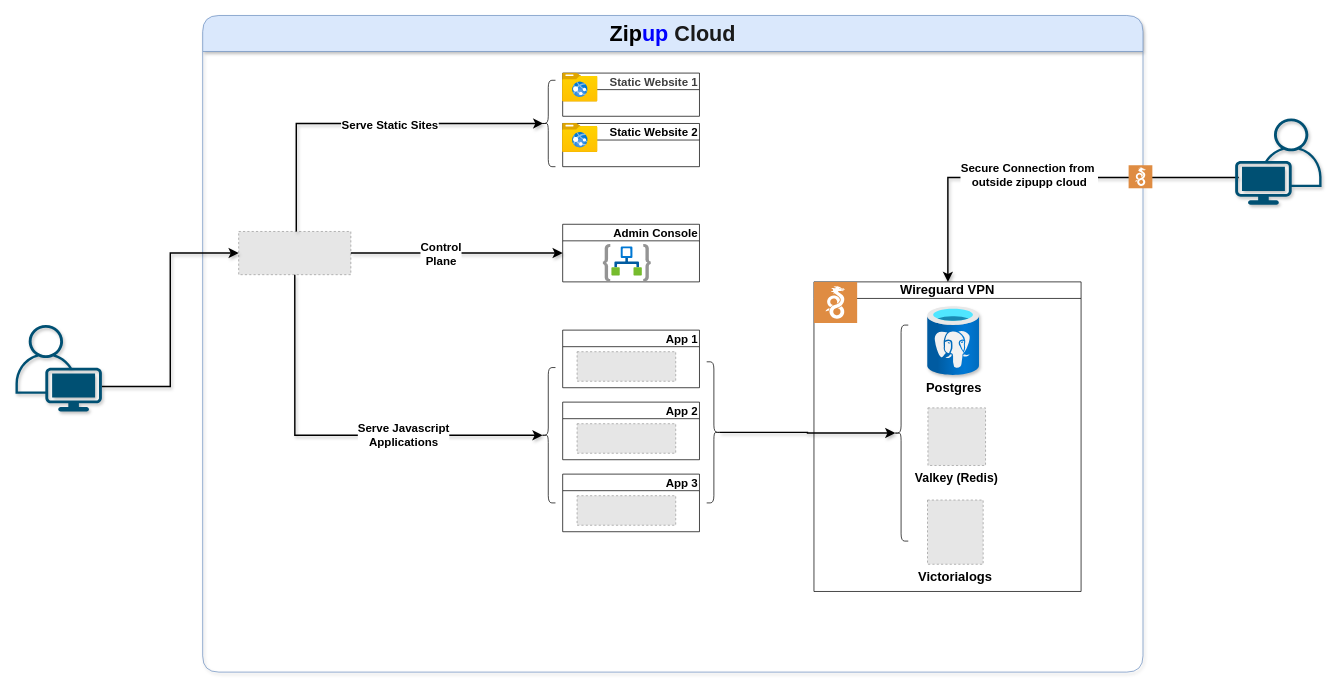
Earlier version of the draw.io diagram docs/zipup.dio (ankitaabad/zipup). Source tidied: cells renumbered, new cells numbered last; positions are measured from the earlier drawing's top-left corner, leaving out a move shared by most shapes. Both pictures are drawn from the tidied source at 72%, with x=0, y=0 at pixel (15, 15). Pictures stored in the file or linked from it are replaced by grey dashed boxes.
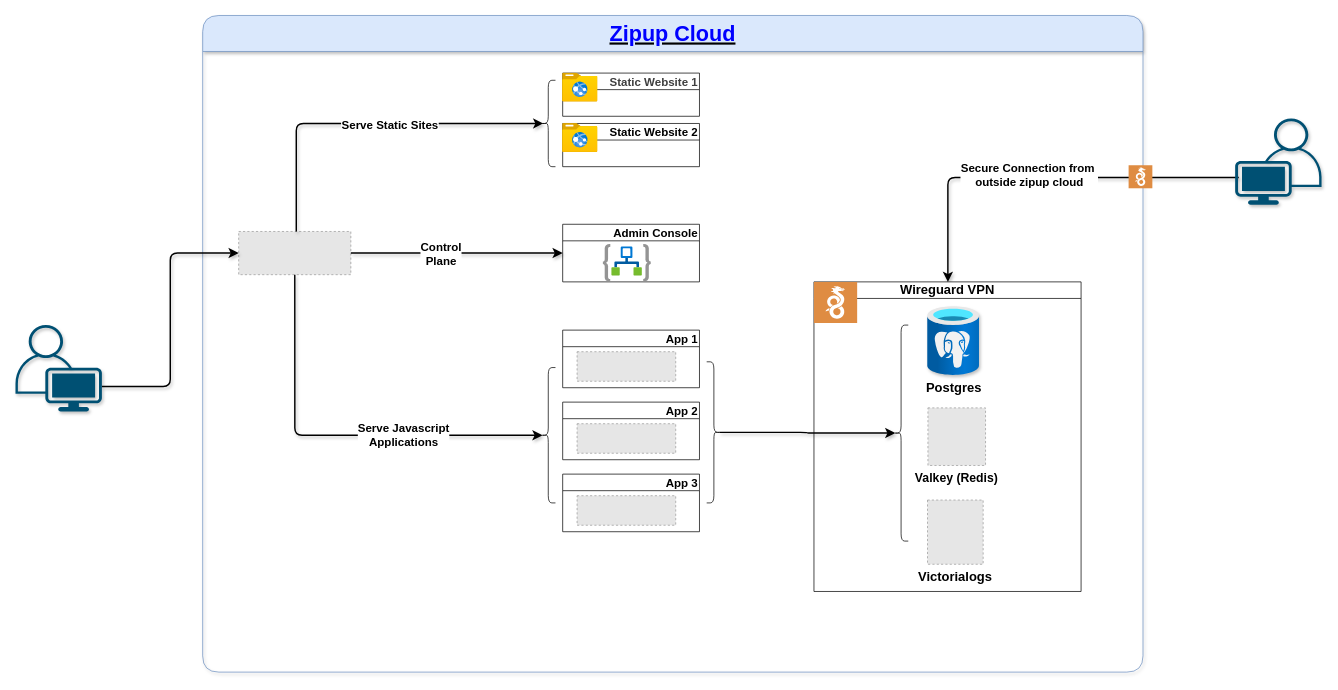
The same diagram, later.

The change refers to these unchanged cells:
```xml
<mxCell id="5" value="&lt;font&gt;Wireguard VPN&lt;/font&gt;" style="swimlane;whiteSpace=wrap;html=1;fontSize=18;" parent="4" vertex="1">
  <mxGeometry x="849" y="370" width="371" height="430" as="geometry" />
</mxCell>
<mxCell id="8" style="shape=curlyBracket;whiteSpace=wrap;html=1;rounded=1;labelPosition=left;verticalLabelPosition=middle;align=right;verticalAlign=middle;" parent="5" vertex="1">
  <mxGeometry x="111" y="60" width="20" height="300" as="geometry" />
</mxCell>
<mxCell id="12" value="&lt;font style=&quot;font-size: 16px;&quot;&gt;Admin Console&lt;/font&gt;" style="swimlane;whiteSpace=wrap;html=1;align=right;" parent="4" vertex="1">
  <mxGeometry x="500" y="290" width="190" height="80" as="geometry" />
</mxCell>
<mxCell id="14" style="fillColor=#E6E6E6;strokeColor=#999999;dashed=1;verticalLabelPosition=bottom;labelBackgroundColor=default;verticalAlign=top;" parent="4" vertex="1">
  <mxGeometry x="50" y="300" width="155.8" height="60" as="geometry" />
</mxCell>
<mxCell id="22" style="shape=curlyBracket;whiteSpace=wrap;html=1;rounded=1;flipH=1;labelPosition=right;verticalLabelPosition=middle;align=left;verticalAlign=middle;" parent="15" vertex="1">
  <mxGeometry x="230" y="44" width="20" height="196" as="geometry" />
</mxCell>
<mxCell id="23" style="shape=curlyBracket;whiteSpace=wrap;html=1;rounded=1;labelPosition=left;verticalLabelPosition=middle;align=right;verticalAlign=middle;" parent="15" vertex="1">
  <mxGeometry y="52" width="20" height="188" as="geometry" />
</mxCell>
<mxCell id="40" style="points=[[0.35,0,0],[0.98,0.51,0],[1,0.71,0],[0.67,1,0],[0,0.795,0],[0,0.65,0]];verticalLabelPosition=bottom;sketch=0;html=1;verticalAlign=top;align=center;shape=mxgraph.cisco19.user;fillColor=#005073;strokeColor=none;fontFamily=Helvetica;fontSize=11;fontColor=default;labelBackgroundColor=default;shadow=1;" parent="1" vertex="1">
  <mxGeometry y="430" width="120" height="120" as="geometry" />
</mxCell>
```

Change to the diagram source:
```diff
@@
-    <mxCell id="2" style="edgeStyle=elbowEdgeStyle;endArrow=classic;html=1;curved=0;rounded=0;endSize=8;startSize=8;elbow=horizontal;shadow=1;strokeColor=default;strokeWidth=2;align=center;verticalAlign=middle;fontFamily=Helvetica;fontSize=11;fontColor=default;labelBackgroundColor=default;flowAnimation=1;entryX=0.5;entryY=0;entryDx=0;entryDy=0;" parent="1" edge="1" target="5">
+    <mxCell id="2" style="edgeStyle=elbowEdgeStyle;endArrow=classic;html=1;curved=0;rounded=1;endSize=8;startSize=8;elbow=horizontal;shadow=1;strokeColor=default;strokeWidth=2;align=center;verticalAlign=middle;fontFamily=Helvetica;fontSize=11;fontColor=default;labelBackgroundColor=default;flowAnimation=1;entryX=0.5;entryY=0;entryDx=0;entryDy=0;" parent="1" edge="1" target="5">
       <mxGeometry relative="1" as="geometry">
         <mxPoint x="1699" y="225" as="sourcePoint" />
         <Array as="points">
           <mxPoint x="1295" y="286" />
         </Array>
       </mxGeometry>
     </mxCell>
-    <mxCell id="3" value="Secure Connection from&amp;nbsp;&lt;div&gt;outside zipupp cloud&lt;/div&gt;" style="edgeLabel;html=1;align=center;verticalAlign=middle;rounded=0;shadow=1;strokeColor=default;strokeWidth=2;fontFamily=Helvetica;fontSize=16;fontColor=default;labelBackgroundColor=default;fontStyle=1;fillColor=none;gradientColor=none;" parent="2" vertex="1">
+    <mxCell id="3" value="Secure Connection from&amp;nbsp;&lt;div&gt;outside zipup cloud&lt;/div&gt;" style="edgeLabel;html=1;align=center;verticalAlign=middle;rounded=0;shadow=1;strokeColor=default;strokeWidth=2;fontFamily=Helvetica;fontSize=16;fontColor=default;labelBackgroundColor=default;fontStyle=1;fillColor=none;gradientColor=none;" parent="2" vertex="1">
       <mxGeometry y="-1" relative="1" as="geometry">
         <mxPoint x="-17" y="-3" as="offset" />
       </mxGeometry>
     </mxCell>
-    <mxCell id="4" value="&lt;font style=&quot;font-size: 30px;&quot;&gt;Zip&lt;font style=&quot;color: rgb(0, 0, 255);&quot;&gt;up&lt;/font&gt; &lt;font style=&quot;color: rgb(26, 26, 26);&quot;&gt;Cloud&lt;/font&gt;&lt;/font&gt;" style="swimlane;whiteSpace=wrap;html=1;startSize=50;fillColor=#dae8fc;strokeColor=#6c8ebf;rounded=1;shadow=1;glass=0;" parent="1" vertex="1">
+    <mxCell id="4" value="&lt;font face=&quot;Poppins&quot;&gt;&lt;span style=&quot;font-size: 30px;&quot;&gt;&lt;u style=&quot;&quot;&gt;&lt;font style=&quot;color: rgb(0, 0, 255);&quot;&gt;Zipup Cloud&lt;/font&gt;&lt;/u&gt;&lt;/span&gt;&lt;/font&gt;" style="swimlane;whiteSpace=wrap;html=1;startSize=50;fillColor=#dae8fc;strokeColor=#6c8ebf;rounded=1;shadow=1;glass=0;" parent="1" vertex="1">
       <mxGeometry x="260" width="1306" height="912" as="geometry" />
     </mxCell>
@@
-    <mxCell id="11" style="edgeStyle=elbowEdgeStyle;html=1;exitX=0.1;exitY=0.5;exitDx=0;exitDy=0;exitPerimeter=0;entryX=0.1;entryY=0.5;entryDx=0;entryDy=0;entryPerimeter=0;rounded=0;shadow=1;strokeColor=default;strokeWidth=2;align=center;verticalAlign=middle;fontFamily=Helvetica;fontSize=11;fontColor=default;labelBackgroundColor=default;elbow=horizontal;startSize=8;endArrow=classic;endSize=8;flowAnimation=1;curved=0;" parent="4" edge="1" source="22" target="8">
+    <mxCell id="11" style="edgeStyle=elbowEdgeStyle;html=1;exitX=0.1;exitY=0.5;exitDx=0;exitDy=0;exitPerimeter=0;entryX=0.1;entryY=0.5;entryDx=0;entryDy=0;entryPerimeter=0;rounded=1;shadow=1;strokeColor=default;strokeWidth=2;align=center;verticalAlign=middle;fontFamily=Helvetica;fontSize=11;fontColor=default;labelBackgroundColor=default;elbow=horizontal;startSize=8;endArrow=classic;endSize=8;flowAnimation=1;curved=0;" parent="4" edge="1" source="22" target="8">
       <mxGeometry relative="1" as="geometry" />
     </mxCell>
@@
-    <mxCell id="32" style="edgeStyle=elbowEdgeStyle;endArrow=classic;html=1;curved=0;rounded=0;endSize=8;startSize=8;elbow=horizontal;exitX=0.5;exitY=1;exitDx=0;exitDy=0;entryX=0.1;entryY=0.5;entryDx=0;entryDy=0;entryPerimeter=0;shadow=1;strokeColor=default;strokeWidth=2;align=center;verticalAlign=middle;fontFamily=Helvetica;fontSize=11;fontColor=default;labelBackgroundColor=default;flowAnimation=1;" parent="4" edge="1" source="14" target="23">
+    <mxCell id="32" style="edgeStyle=elbowEdgeStyle;endArrow=classic;html=1;curved=0;rounded=1;endSize=8;startSize=8;elbow=horizontal;exitX=0.5;exitY=1;exitDx=0;exitDy=0;entryX=0.1;entryY=0.5;entryDx=0;entryDy=0;entryPerimeter=0;shadow=1;strokeColor=default;strokeWidth=2;align=center;verticalAlign=middle;fontFamily=Helvetica;fontSize=11;fontColor=default;labelBackgroundColor=default;flowAnimation=1;" parent="4" edge="1" source="14" target="23">
       <mxGeometry relative="1" as="geometry">
         <Array as="points">
           <mxPoint x="128" y="536" />
         </Array>
       </mxGeometry>
     </mxCell>
@@
-    <mxCell id="34" style="edgeStyle=elbowEdgeStyle;endArrow=classic;html=1;curved=0;rounded=0;endSize=8;startSize=8;elbow=horizontal;shadow=1;strokeColor=default;strokeWidth=2;align=center;verticalAlign=middle;fontFamily=Helvetica;fontSize=11;fontColor=default;labelBackgroundColor=default;flowAnimation=1;" parent="4" edge="1">
+    <mxCell id="34" style="edgeStyle=elbowEdgeStyle;endArrow=classic;html=1;curved=0;rounded=1;endSize=8;startSize=8;elbow=horizontal;shadow=1;strokeColor=default;strokeWidth=2;align=center;verticalAlign=middle;fontFamily=Helvetica;fontSize=11;fontColor=default;labelBackgroundColor=default;flowAnimation=1;" parent="4" edge="1">
       <mxGeometry relative="1" as="geometry">
         <mxPoint x="130" y="300" as="sourcePoint" />
         <mxPoint x="473" y="150" as="targetPoint" />
         <Array as="points">
           <mxPoint x="130" y="150" />
         </Array>
       </mxGeometry>
     </mxCell>
@@
-    <mxCell id="36" style="edgeStyle=elbowEdgeStyle;elbow=horizontal;endArrow=classic;html=1;curved=0;rounded=0;endSize=8;startSize=8;entryX=0;entryY=0.5;entryDx=0;entryDy=0;shadow=1;strokeColor=default;strokeWidth=2;align=center;verticalAlign=middle;fontFamily=Helvetica;fontSize=11;fontColor=default;labelBackgroundColor=default;flowAnimation=1;exitX=1;exitY=0.5;exitDx=0;exitDy=0;" parent="4" edge="1" source="14" target="12">
+    <mxCell id="36" style="edgeStyle=elbowEdgeStyle;elbow=horizontal;endArrow=classic;html=1;curved=0;rounded=1;endSize=8;startSize=8;entryX=0;entryY=0.5;entryDx=0;entryDy=0;shadow=1;strokeColor=default;strokeWidth=2;align=center;verticalAlign=middle;fontFamily=Helvetica;fontSize=11;fontColor=default;labelBackgroundColor=default;flowAnimation=1;exitX=1;exitY=0.5;exitDx=0;exitDy=0;" parent="4" edge="1" source="14" target="12">
       <mxGeometry relative="1" as="geometry">
         <Array as="points">
           <mxPoint x="300" y="320" />
         </Array>
       </mxGeometry>
     </mxCell>
@@
-    <mxCell id="39" style="edgeStyle=elbowEdgeStyle;elbow=horizontal;endArrow=classic;html=1;curved=0;rounded=0;endSize=8;startSize=8;entryX=0;entryY=0.5;entryDx=0;entryDy=0;shadow=1;flowAnimation=1;strokeWidth=2;exitX=1;exitY=0.71;exitDx=0;exitDy=0;exitPerimeter=0;" parent="1" edge="1" source="40" target="14">
+    <mxCell id="39" style="edgeStyle=elbowEdgeStyle;elbow=horizontal;endArrow=classic;html=1;curved=0;rounded=1;endSize=8;startSize=8;entryX=0;entryY=0.5;entryDx=0;entryDy=0;shadow=1;flowAnimation=1;strokeWidth=2;exitX=1;exitY=0.71;exitDx=0;exitDy=0;exitPerimeter=0;" parent="1" edge="1" source="40" target="14">
       <mxGeometry relative="1" as="geometry" />
     </mxCell>
```
